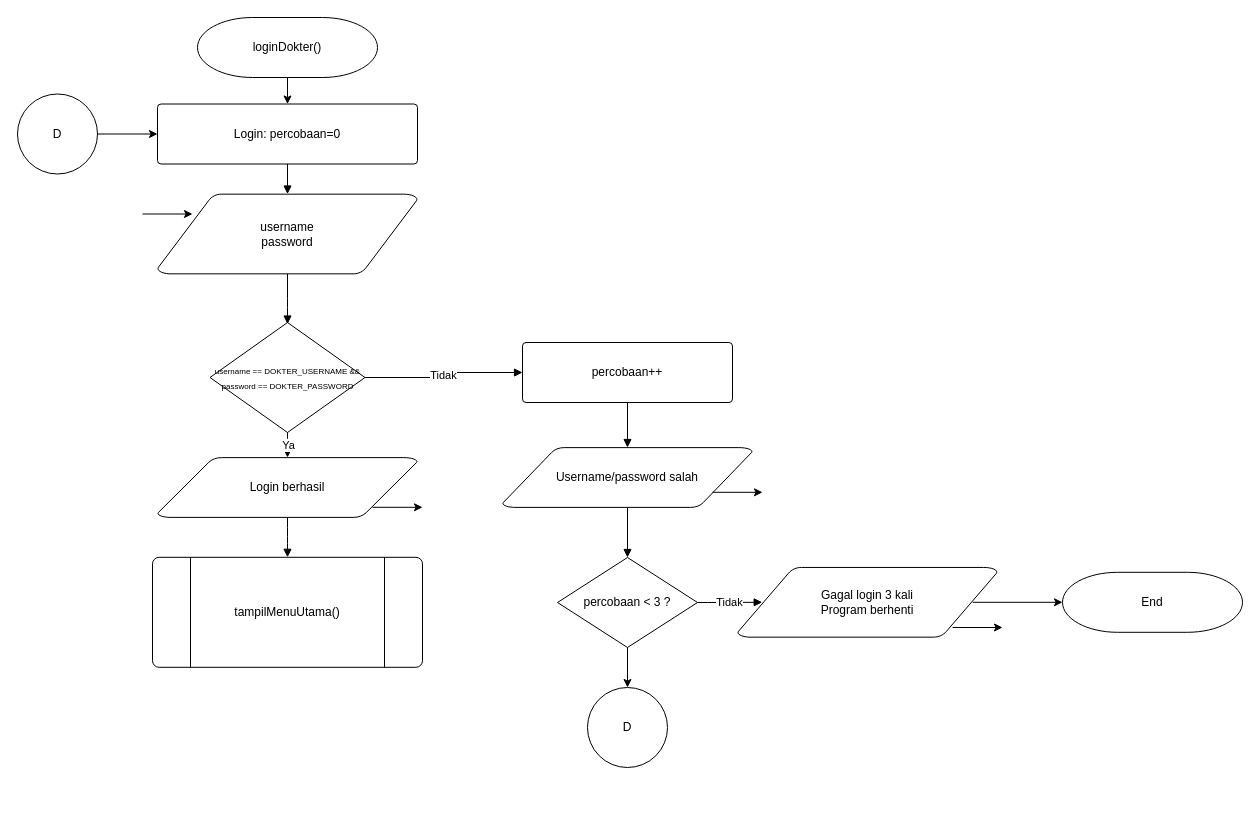
Earlier version of the draw.io diagram page "login-dokter" (2 of 13) of flowchart/semuanyadrawio.drawio (asyaress/pa-aplikasi-sleep-monitoring). Source tidied: cells renumbered, new cells numbered last; positions are measured from the earlier drawing's top-left corner, leaving out a move shared by most shapes. Both pictures are drawn from the tidied source at 100%, with x=0, y=0 at pixel (17, 17).
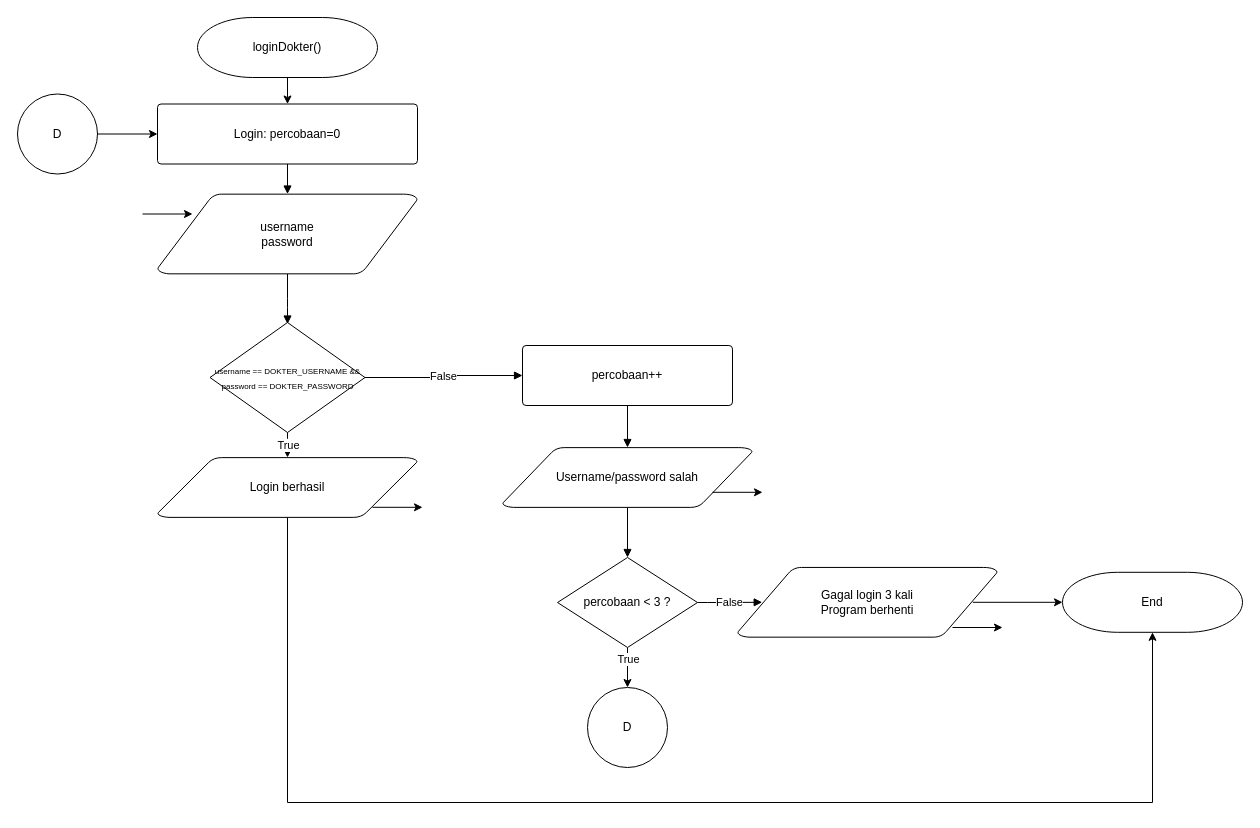
Above is the later version.

Unchanged cells that the change refers to:
```xml
<mxCell id="4" value="&lt;font style=&quot;font-size: 8px;&quot;&gt;username == DOKTER_USERNAME &amp;amp;&amp;amp; password == DOKTER_PASSWORD&lt;/font&gt;" style="shape=mxgraph.flowchart.decision;whiteSpace=wrap;html=1;" parent="1" vertex="1">
  <mxGeometry x="192.5" y="305" width="155" height="110" as="geometry" />
</mxCell>
<mxCell id="5" value="Login berhasil" style="shape=mxgraph.flowchart.data;whiteSpace=wrap;html=1;" parent="1" vertex="1">
  <mxGeometry x="140" y="440" width="260" height="60" as="geometry" />
</mxCell>
<mxCell id="8" style="edgeStyle=orthogonalEdgeStyle;rounded=0;jettySize=auto;html=1;entryX=0.5;entryY=0;entryDx=0;entryDy=0;" parent="1" edge="1" source="9" target="21">
  <mxGeometry relative="1" as="geometry" />
</mxCell>
<mxCell id="9" value="percobaan &lt; 3 ?" style="shape=mxgraph.flowchart.decision;whiteSpace=wrap;html=1;" parent="1" vertex="1">
  <mxGeometry x="540" y="540" width="140" height="90" as="geometry" />
</mxCell>
<mxCell id="11" value="Gagal login 3 kali&lt;br&gt;Program berhenti" style="shape=mxgraph.flowchart.data;whiteSpace=wrap;html=1;" parent="1" vertex="1">
  <mxGeometry x="720" y="549.8" width="260" height="70" as="geometry" />
</mxCell>
<mxCell id="33" value="End" style="shape=mxgraph.flowchart.terminator;whiteSpace=wrap;html=1;" parent="1" vertex="1">
  <mxGeometry x="1045" y="554.8" width="180" height="60" as="geometry" />
</mxCell>
```

Diff of the diagram source:
```diff
@@
     <mxCell id="6" value="percobaan++" style="shape=mxgraph.flowchart.process;whiteSpace=wrap;html=1;" parent="1" vertex="1">
-      <mxGeometry x="505" y="325" width="210" height="60" as="geometry" />
+      <mxGeometry x="505" y="328" width="210" height="60" as="geometry" />
     </mxCell>
@@
+    <mxCell id="34" value="True" style="edgeLabel;html=1;align=center;verticalAlign=middle;" parent="8" vertex="1">
+      <mxGeometry x="-0.45" relative="1" as="geometry" />
+    </mxCell>
@@
-    <mxCell id="14" value="Ya" style="edgeStyle=orthogonalEdgeStyle;html=1;endArrow=block;" parent="1" edge="1" source="4">
+    <mxCell id="14" value="True" style="edgeStyle=orthogonalEdgeStyle;html=1;endArrow=block;" parent="1" edge="1" source="4">
       <mxGeometry relative="1" as="geometry">
         <mxPoint x="270" y="440" as="targetPoint" />
       </mxGeometry>
     </mxCell>
-    <mxCell id="15" style="edgeStyle=orthogonalEdgeStyle;html=1;endArrow=block;" parent="1" edge="1" source="5">
-      <mxGeometry relative="1" as="geometry">
-        <mxPoint x="270" y="539.8" as="targetPoint" />
-      </mxGeometry>
-    </mxCell>
-    <mxCell id="16" value="Tidak" style="edgeStyle=orthogonalEdgeStyle;html=1;endArrow=block;" parent="1" edge="1" source="4" target="6">
+    <mxCell id="16" value="False" style="edgeStyle=orthogonalEdgeStyle;html=1;endArrow=block;" parent="1" edge="1" source="4" target="6">
       <mxGeometry relative="1" as="geometry" />
     </mxCell>
@@
-    <mxCell id="19" value="Tidak" style="edgeStyle=orthogonalEdgeStyle;html=1;endArrow=block;entryX=0.095;entryY=0.5;entryDx=0;entryDy=0;entryPerimeter=0;" parent="1" edge="1" source="9" target="11">
+    <mxCell id="19" value="False" style="edgeStyle=orthogonalEdgeStyle;html=1;endArrow=block;entryX=0.095;entryY=0.5;entryDx=0;entryDy=0;entryPerimeter=0;" parent="1" edge="1" source="9" target="11">
       <mxGeometry relative="1" as="geometry" />
     </mxCell>
@@
-    <mxCell id="28" style="group;" parent="1" vertex="1">
-      <mxGeometry x="135" y="539.8" width="270" height="110" as="geometry" />
-    </mxCell>
-    <mxCell id="29" style="group;" parent="28" vertex="1">
-      <mxGeometry width="270" height="110" as="geometry" />
-    </mxCell>
-    <mxCell id="30" style="verticalLabelPosition=bottom;verticalAlign=top;html=1;shape=process;whiteSpace=wrap;rounded=1;size=0.14;arcSize=6;align=center;" parent="29" vertex="1">
-      <mxGeometry width="270" height="110" as="geometry" />
-    </mxCell>
-    <mxCell id="31" value="tampilMenuUtama()" style="text;html=1;align=center;verticalAlign=middle;whiteSpace=wrap;rounded=0;" parent="29" vertex="1">
-      <mxGeometry x="89.7" y="39.3" width="89.7" height="31.4" as="geometry" />
-    </mxCell>
@@
+    <mxCell id="35" style="edgeStyle=orthogonalEdgeStyle;rounded=0;jettySize=auto;html=1;entryX=0.5;entryY=1;entryDx=0;entryDy=0;entryPerimeter=0;" parent="1" edge="1" source="5" target="33">
+      <mxGeometry relative="1" as="geometry">
+        <Array as="points">
+          <mxPoint x="270" y="785" />
+          <mxPoint x="1135" y="785" />
+        </Array>
+      </mxGeometry>
+    </mxCell>
```
